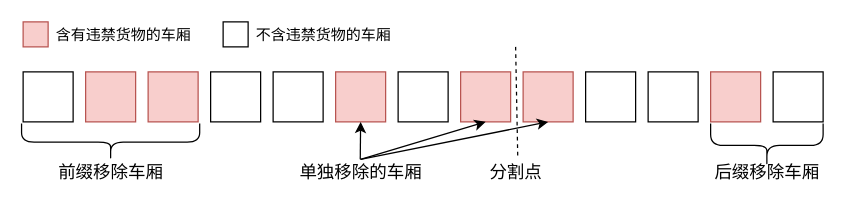
This is 未命名绘图.drawio from EndlessCheng/EndlessCheng, a draw.io file, before an edit. Source tidied: cells renumbered, new cells numbered last; positions are measured from the earlier drawing's top-left corner, leaving out a move shared by most shapes. Both pictures are drawn from the tidied source at 125%, with x=0, y=0 at pixel (22, 21).
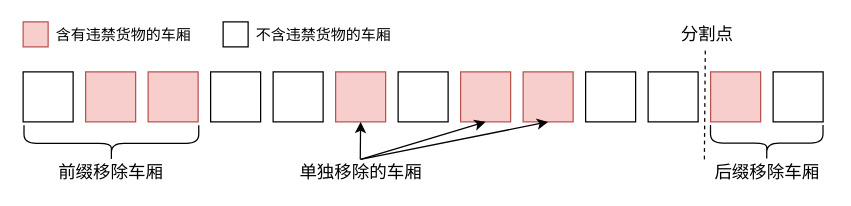
The same diagram, later.

Commit message:
更新未命名绘图.drawio

The change refers to these unchanged cells:
```xml
<mxCell id="15" value="&lt;font style=&quot;font-size: 14px&quot;&gt;后缀移除车厢&lt;/font&gt;" style="text;html=1;align=center;verticalAlign=middle;points=[];fillColor=none;strokeColor=none;rounded=0;" parent="1" vertex="1">
  <mxGeometry x="545" y="110" width="100" height="20" as="geometry" />
</mxCell>
```

Change to the diagram source:
```diff
@@
     <mxCell id="14" style="shape=curlyBracket;whiteSpace=wrap;html=1;rounded=1;flipH=1;rotation=90;" parent="1" vertex="1">
-      <mxGeometry x="577.5" y="53.8" width="35" height="90" as="geometry" />
+      <mxGeometry x="580.4" y="51.9" width="29" height="90" as="geometry" />
     </mxCell>
@@
     <mxCell id="16" style="shape=curlyBracket;whiteSpace=wrap;html=1;rounded=1;flipH=1;rotation=90;" parent="1" vertex="1">
-      <mxGeometry x="55" y="25" width="30" height="142.5" as="geometry" />
+      <mxGeometry x="56.1" y="27.3" width="29" height="139.8" as="geometry" />
     </mxCell>
@@
-    <mxCell id="18" style="endArrow=none;dashed=1;html=1;rounded=0;exitX=0.528;exitY=-0.159;exitDx=0;exitDy=0;exitPerimeter=0;" parent="1" edge="1" source="19">
-      <mxGeometry relative="1" as="geometry">
-        <mxPoint x="394" y="20" as="targetPoint" />
-      </mxGeometry>
-    </mxCell>
     <mxCell id="19" value="&lt;font style=&quot;font-size: 14px&quot;&gt;分割点&lt;/font&gt;" style="text;html=1;align=center;verticalAlign=middle;points=[];fillColor=none;strokeColor=none;rounded=0;" parent="1" vertex="1">
-      <mxGeometry x="364" y="110" width="60" height="20" as="geometry" />
+      <mxGeometry x="517" width="60" height="20" as="geometry" />
     </mxCell>
@@
+    <mxCell id="29" style="endArrow=none;dashed=1;html=1;rounded=0;fontSize=12;exitX=0;exitY=0;exitDx=0;exitDy=0;exitPerimeter=0;entryX=0.479;entryY=1.1;entryDx=0;entryDy=0;entryPerimeter=0;" parent="1" edge="1" source="15" target="19">
+      <mxGeometry relative="1" as="geometry" />
+    </mxCell>
```
